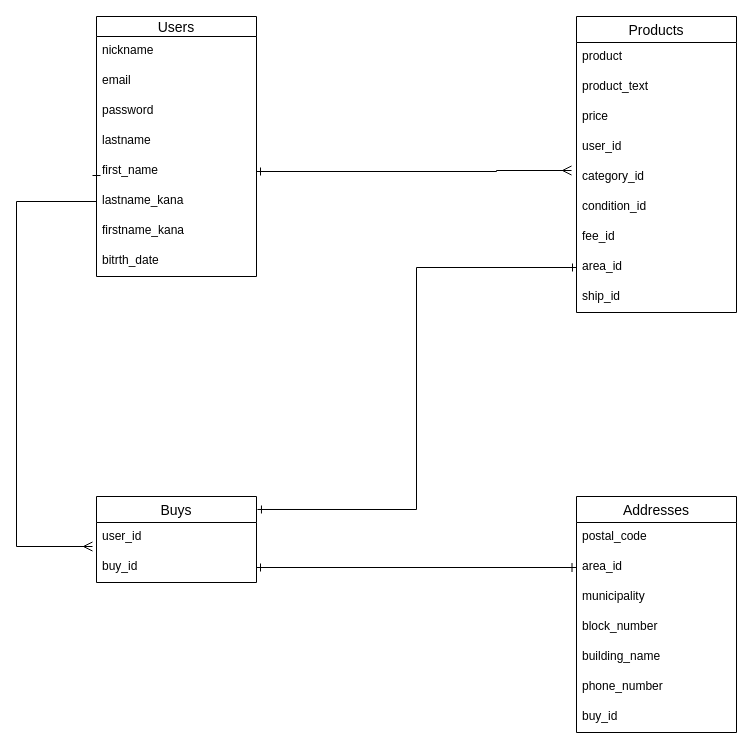
This is er.dio from kenken-9/furima-35194, a draw.io file, before an edit. Source tidied: cells renumbered, new cells numbered last; positions are measured from the earlier drawing's top-left corner, leaving out a move shared by most shapes. Both pictures are drawn from the tidied source at 100%, with x=0, y=0 at pixel (16, 16).
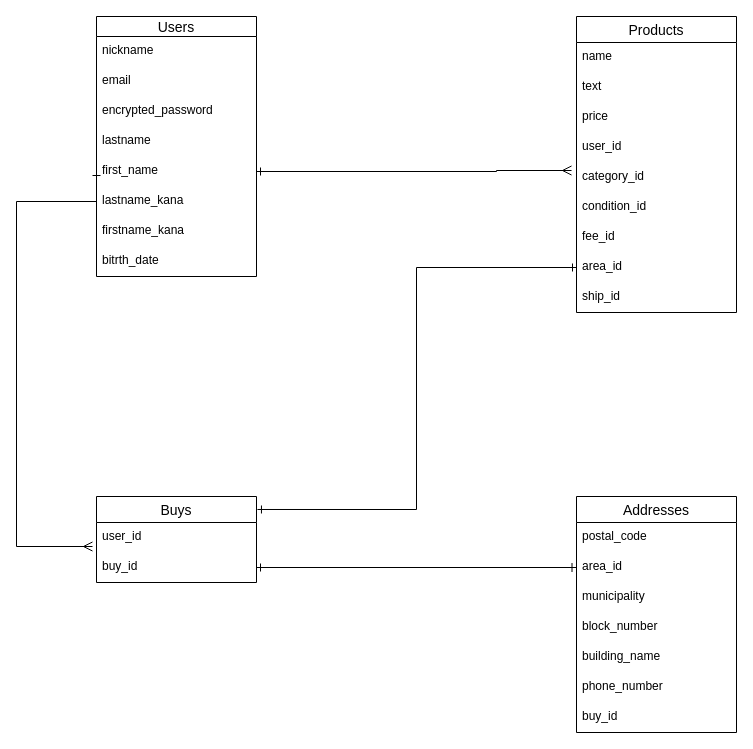
The same page after the edit.

Unchanged cells that the change refers to:
```xml
<mxCell id="2" value="Users" style="swimlane;fontStyle=0;horizontal=1;startSize=20;align=center;fontSize=14;" parent="1" vertex="1">
  <mxGeometry x="80" width="160" height="260" as="geometry" />
</mxCell>
<mxCell id="11" value="Products" style="swimlane;fontStyle=0;horizontal=1;startSize=26;align=center;fontSize=14;" parent="1" vertex="1">
  <mxGeometry x="560" width="160" height="296" as="geometry" />
</mxCell>
```

Diff of the diagram source:
```diff
@@
-    <mxCell id="5" value="password" style="text;strokeColor=none;fillColor=none;spacingLeft=4;spacingRight=4;overflow=hidden;fontSize=12;" parent="2" vertex="1">
-      <mxGeometry y="80" width="160" height="30" as="geometry" />
-    </mxCell>
+    <mxCell id="36" value="encrypted_password" style="text;strokeColor=none;fillColor=none;spacingLeft=4;spacingRight=4;overflow=hidden;fontSize=12;" parent="2" vertex="1">
+      <mxGeometry y="80" width="160" height="30" as="geometry" />
+    </mxCell>
@@
-    <mxCell id="12" value="product" style="text;strokeColor=none;fillColor=none;spacingLeft=4;spacingRight=4;overflow=hidden;fontSize=12;" parent="11" vertex="1">
+    <mxCell id="12" value="name" style="text;strokeColor=none;fillColor=none;spacingLeft=4;spacingRight=4;overflow=hidden;fontSize=12;" parent="11" vertex="1">
       <mxGeometry y="26" width="160" height="30" as="geometry" />
     </mxCell>
-    <mxCell id="13" value="product_text" style="text;strokeColor=none;fillColor=none;spacingLeft=4;spacingRight=4;overflow=hidden;fontSize=12;" parent="11" vertex="1">
+    <mxCell id="13" value="text" style="text;strokeColor=none;fillColor=none;spacingLeft=4;spacingRight=4;overflow=hidden;fontSize=12;" parent="11" vertex="1">
       <mxGeometry y="56" width="160" height="30" as="geometry" />
     </mxCell>
```
